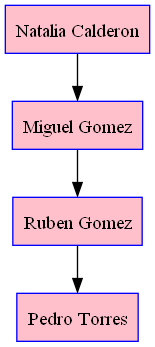
Earlier version of the Graphviz export lista.dot.png (JoseLorenzana272/DataStructures_Projects_Fortran). Its source is kept beside it as lista.dot. The source it was exported from:
```dot
 digraph Pila {
     node [shape=box, style=filled, color=blue, fillcolor=pink];
     "Node           1 " [label="Natalia Calderon"];
     "Node           1 " -> "Node           2 ";
     "Node           2 " [label="Miguel Gomez"];
     "Node           2 " -> "Node           3 ";
     "Node           3 " [label="Ruben Gomez"];
     "Node           3 " -> "Node           4 ";
     "Node           4 " [label="Pedro Torres"];
 }
```
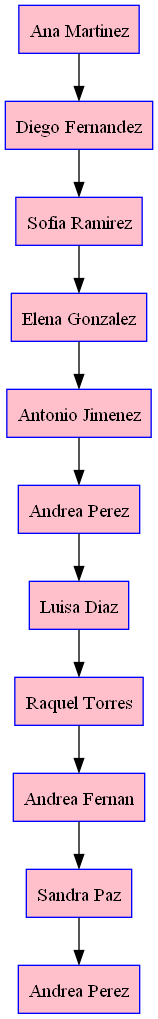
After the change.

Change to the diagram source:
```diff
@@ -1,10 +1,24 @@
  digraph Pila {
      node [shape=box, style=filled, color=blue, fillcolor=pink];
-     "Node           1 " [label="Natalia Calderon"];
+     "Node           1 " [label="Ana Martinez"];
      "Node           1 " -> "Node           2 ";
-     "Node           2 " [label="Miguel Gomez"];
+     "Node           2 " [label="Diego Fernandez"];
      "Node           2 " -> "Node           3 ";
-     "Node           3 " [label="Ruben Gomez"];
+     "Node           3 " [label="Sofia Ramirez"];
      "Node           3 " -> "Node           4 ";
-     "Node           4 " [label="Pedro Torres"];
+     "Node           4 " [label="Elena Gonzalez"];
+     "Node           4 " -> "Node           5 ";
+     "Node           5 " [label="Antonio Jimenez"];
+     "Node           5 " -> "Node           6 ";
+     "Node           6 " [label="Andrea Perez"];
+     "Node           6 " -> "Node           7 ";
+     "Node           7 " [label="Luisa Diaz"];
+     "Node           7 " -> "Node           8 ";
+     "Node           8 " [label="Raquel Torres"];
+     "Node           8 " -> "Node           9 ";
+     "Node           9 " [label="Andrea Fernan"];
+     "Node           9 " -> "Node          10 ";
+     "Node          10 " [label="Sandra Paz"];
+     "Node          10 " -> "Node          11 ";
+     "Node          11 " [label="Andrea Perez"];
  }
```
